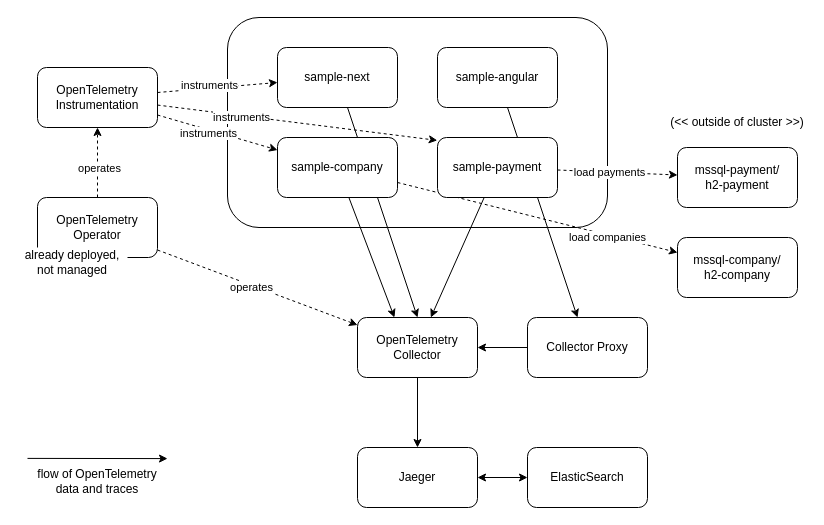
The draw.io diagram page "OC Architektur" (2 of 7) of assets/Bachelorarbeit.drawio in andreasgerner/distributed-tracing, before the edit. Source tidied: cells renumbered, new cells numbered last; positions are measured from the earlier drawing's top-left corner, leaving out a move shared by most shapes. Both pictures are drawn from the tidied source at 100%, with x=0, y=0 at pixel (17, 17).
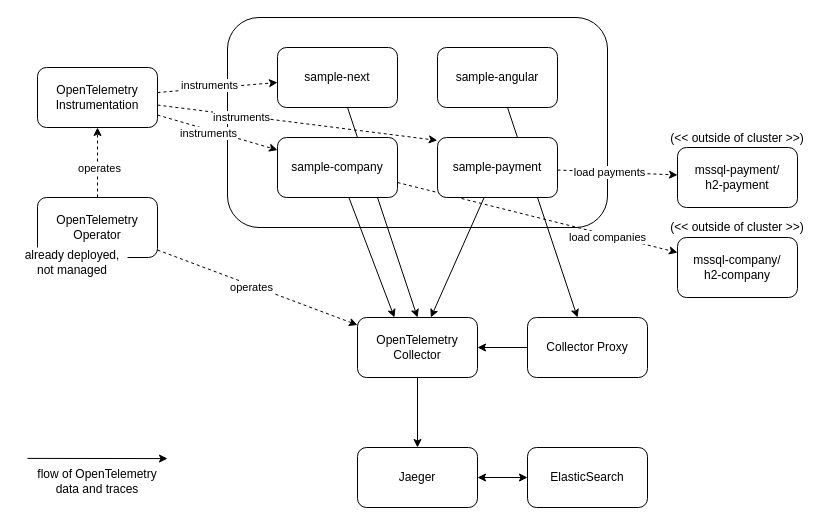
The same diagram, later.

What changed in the source:
```diff
@@
     <mxCell id="33" value="(&amp;lt;&amp;lt; outside of cluster &amp;gt;&amp;gt;)" style="text;html=1;align=center;verticalAlign=middle;whiteSpace=wrap;rounded=0;" parent="1" vertex="1">
-      <mxGeometry x="650" y="90" width="140" height="30" as="geometry" />
+      <mxGeometry x="650" y="106" width="140" height="30" as="geometry" />
     </mxCell>
@@
+    <mxCell id="40" value="(&amp;lt;&amp;lt; outside of cluster &amp;gt;&amp;gt;)" style="text;html=1;align=center;verticalAlign=middle;whiteSpace=wrap;rounded=0;" parent="1" vertex="1">
+      <mxGeometry x="650" y="195" width="140" height="30" as="geometry" />
+    </mxCell>
```
